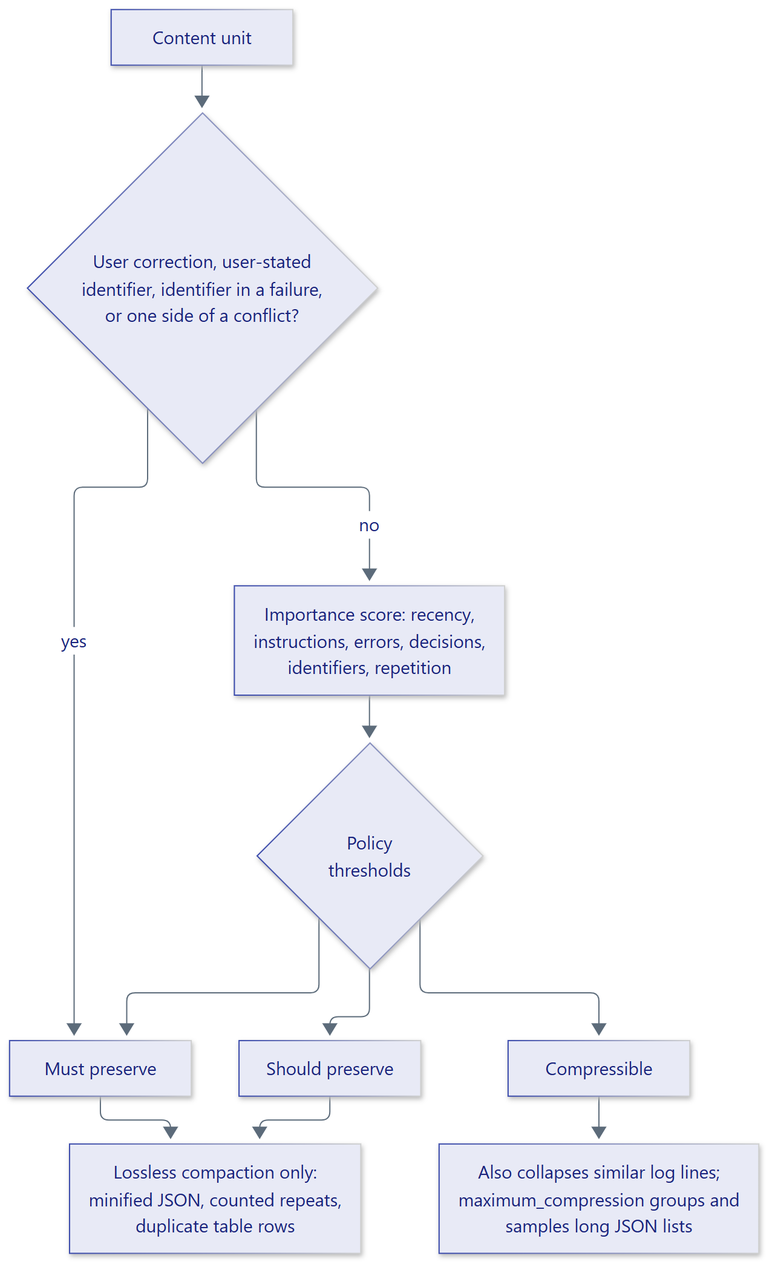
Earlier version of the Mermaid export docs/assets/diagrams/preservation.png (smuniharish/contextsage). Its source is kept beside it as diagrams/preservation.mmd. Its diagram source:
```mermaid
flowchart TB
    unit["Content unit"] --> structural{"User correction, user-stated<br/>identifier, identifier in a failure,<br/>or one side of a conflict?"}
    structural -- yes --> must["Must preserve"]
    structural -- no --> score["Importance score: recency,<br/>instructions, errors, decisions,<br/>identifiers, repetition"]
    score --> policy{"Policy<br/>thresholds"}
    policy --> must
    policy --> should["Should preserve"]
    policy --> compressible["Compressible"]
    must --> lossless["Lossless compaction only:<br/>minified JSON, counted repeats,<br/>duplicate table rows"]
    should --> lossless
    compressible --> lossy["Also collapses similar log lines;<br/>maximum_compression groups and<br/>samples long JSON lists"]
```
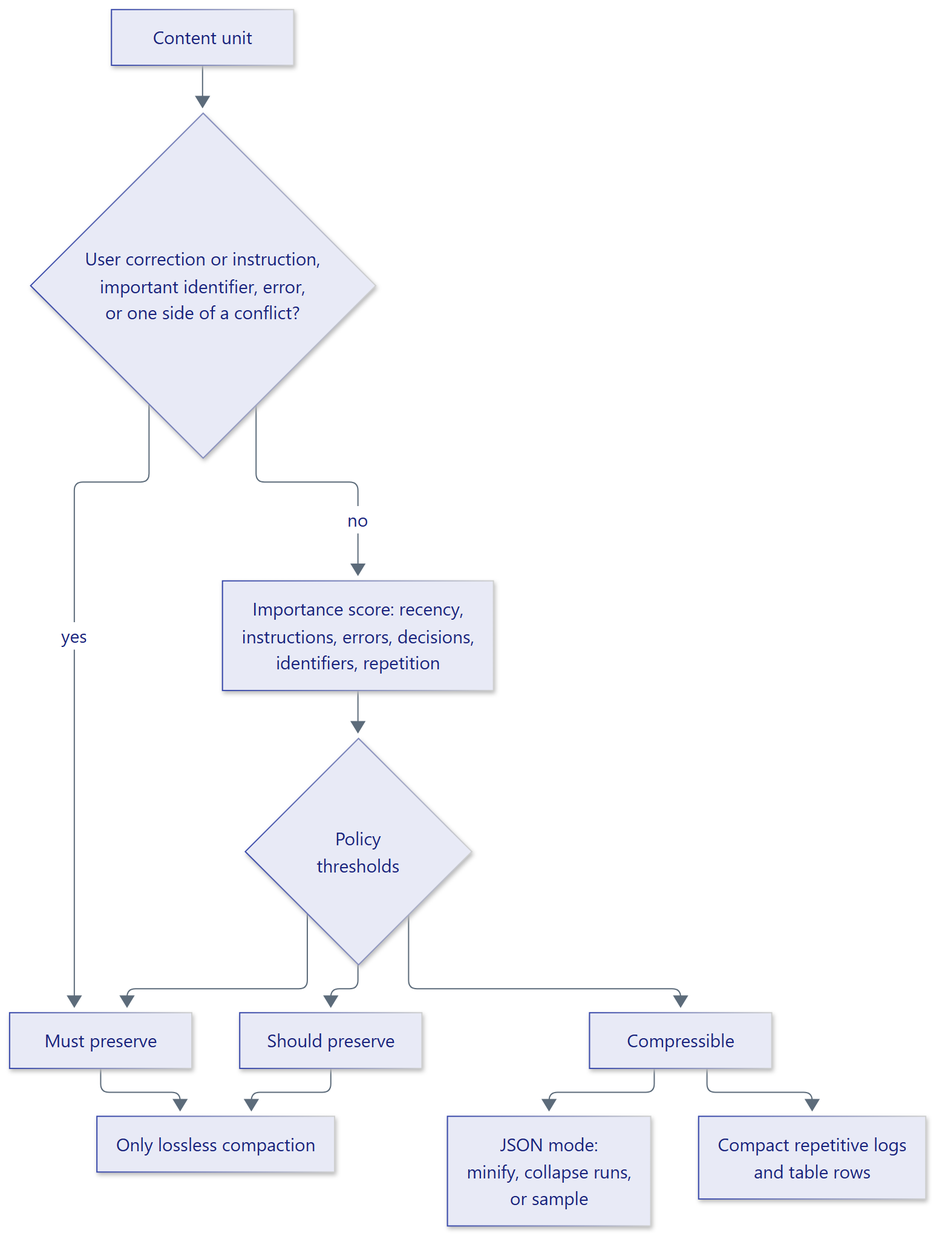
After the commit.

What changed in the source:
```diff
@@ -1,11 +1,12 @@
 flowchart TB
-    unit["Content unit"] --> structural{"User correction, user-stated<br/>identifier, identifier in a failure,<br/>or one side of a conflict?"}
+    unit["Content unit"] --> structural{"User correction or instruction,<br/>important identifier, error,<br/>or one side of a conflict?"}
     structural -- yes --> must["Must preserve"]
     structural -- no --> score["Importance score: recency,<br/>instructions, errors, decisions,<br/>identifiers, repetition"]
     score --> policy{"Policy<br/>thresholds"}
     policy --> must
     policy --> should["Should preserve"]
     policy --> compressible["Compressible"]
-    must --> lossless["Lossless compaction only:<br/>minified JSON, counted repeats,<br/>duplicate table rows"]
+    must --> lossless["Only lossless compaction"]
     should --> lossless
-    compressible --> lossy["Also collapses similar log lines;<br/>maximum_compression groups and<br/>samples long JSON lists"]
+    compressible --> policy_json["JSON mode:<br/>minify, collapse runs,<br/>or sample"]
+    compressible --> repeated["Compact repetitive logs<br/>and table rows"]
```
